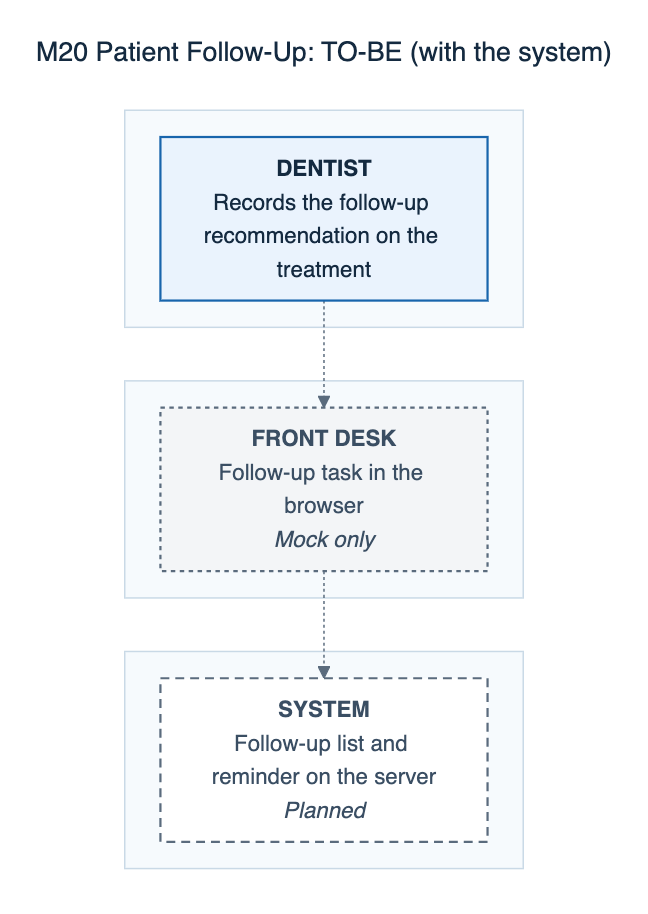
The Mermaid diagram docs/defense/diagrams/png/M20-patient-follow-up-to-be.png in 0phem/multibranch-dental-clinic, before a commit. Its source is kept beside it as docs/defense/diagrams/M20-patient-follow-up-to-be.mmd. The source it was exported from:
```mermaid
---
title: "M20 Patient Follow-Up: TO-BE (with the system)"
---
flowchart TB
    subgraph L1[" "]
    direction LR
      S1["<b>FRONT DESK</b><br/>Follow-up task in the browser<br/><i>Mock only</i>"]:::mock
    end
    subgraph L2[" "]
    direction LR
      S0["<b>DENTIST</b><br/>Records the follow-up recommendation on the treatment"]:::manual
    end
    subgraph L4[" "]
    direction LR
      S2["<b>SYSTEM</b><br/>Follow-up list and reminder on the server<br/><i>Planned</i>"]:::planned
    end
    S0 -.-> S1
    S1 -.-> S2
    classDef cited fill:#eaf3fd,stroke:#1865ac,color:#142a40,stroke-width:1.5px
    classDef confirm fill:#fffaf0,stroke:#b26a00,color:#5e3c00,stroke-width:1.5px,stroke-dasharray:6 4
    classDef auto fill:#e6f5ee,stroke:#0c7f75,color:#0f3d33,stroke-width:1.5px
    classDef manual fill:#eaf3fd,stroke:#1865ac,color:#142a40,stroke-width:1.5px
    classDef mock fill:#f3f5f7,stroke:#5a6b7d,color:#3a4e63,stroke-width:1.5px,stroke-dasharray:3 3
    classDef planned fill:#ffffff,stroke:#5a6b7d,color:#3a4e63,stroke-width:1.5px,stroke-dasharray:6 4
```
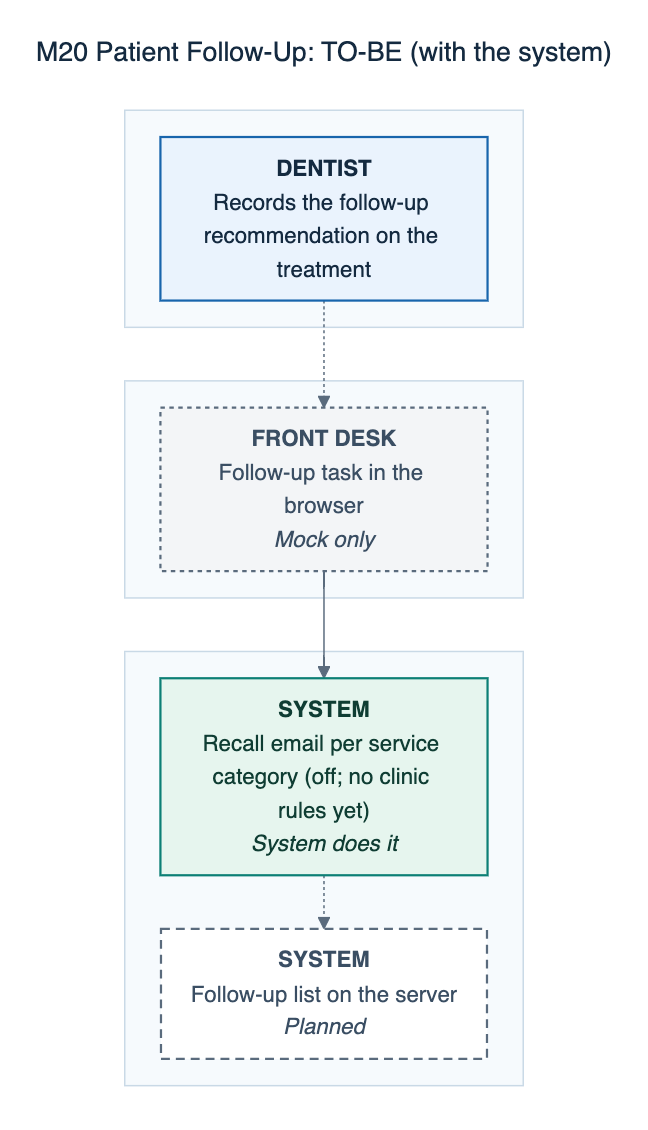
Above is the later version.

What changed in the source:
```diff
@@ -12,10 +12,12 @@
     end
     subgraph L4[" "]
     direction LR
-      S2["<b>SYSTEM</b><br/>Follow-up list and reminder on the server<br/><i>Planned</i>"]:::planned
+      S2["<b>SYSTEM</b><br/>Recall email per service category (off; no clinic rules yet)<br/><i>System does it</i>"]:::auto
+      S3["<b>SYSTEM</b><br/>Follow-up list on the server<br/><i>Planned</i>"]:::planned
     end
     S0 -.-> S1
-    S1 -.-> S2
+    S1 --> S2
+    S2 -.-> S3
     classDef cited fill:#eaf3fd,stroke:#1865ac,color:#142a40,stroke-width:1.5px
     classDef confirm fill:#fffaf0,stroke:#b26a00,color:#5e3c00,stroke-width:1.5px,stroke-dasharray:6 4
     classDef auto fill:#e6f5ee,stroke:#0c7f75,color:#0f3d33,stroke-width:1.5px
```
